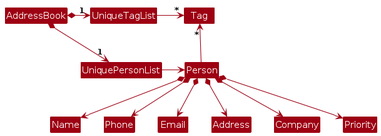
This is diagrams/BetterModelClassDiagram.png from AY2324S2-CS2103T-F14-4/tp, a PlantUML export, as it was before one commit. Its source is kept beside it as diagrams/BetterModelClassDiagram.puml.
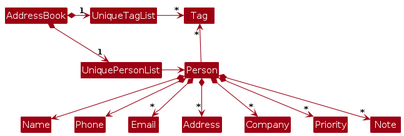
After the change.

Change to the diagram source:
```diff
@@ -16,8 +16,9 @@
 
 Person *--> Name
 Person *--> Phone
-Person *--> Email
-Person *--> Address
-Person *--> Company
-Person *--> Priority
+Person *--> "*" Email
+Person *--> "*" Address
+Person *--> "*" Company
+Person *--> "*" Priority
+Person *--> "*" Note
 @enduml
```
